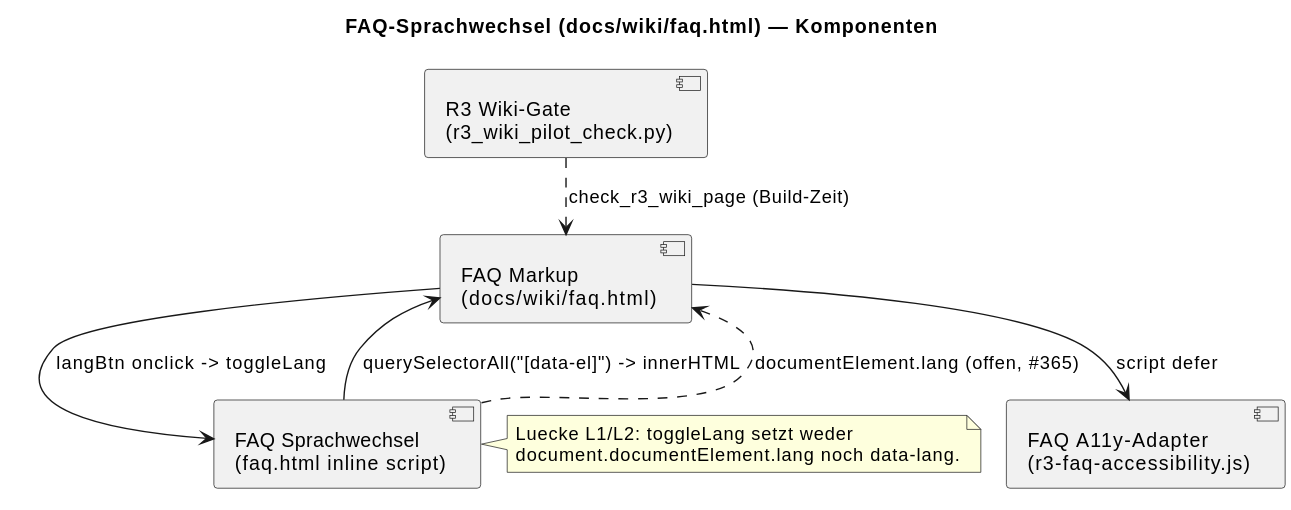
The PlantUML diagram docs/architecture/faq-lang-components.svg in NeaBouli/pnyx, before a commit. The source it was exported from:
```plantuml
@startuml
!pragma layout smetana
title FAQ-Sprachwechsel (docs/wiki/faq.html) — Komponenten

component "FAQ Markup\n(docs/wiki/faq.html)" as Markup
component "FAQ Sprachwechsel\n(faq.html inline script)" as Toggle
component "FAQ A11y-Adapter\n(r3-faq-accessibility.js)" as A11y
component "R3 Wiki-Gate\n(r3_wiki_pilot_check.py)" as Gate

Markup --> Toggle : langBtn onclick -> toggleLang
Toggle --> Markup : querySelectorAll("[data-el]") -> innerHTML
Toggle ..> Markup : documentElement.lang (offen, #365)
Markup --> A11y : script defer
Gate ..> Markup : check_r3_wiki_page (Build-Zeit)

note right of Toggle
  Luecke L1/L2: toggleLang setzt weder
  document.documentElement.lang noch data-lang.
end note
@enduml
```
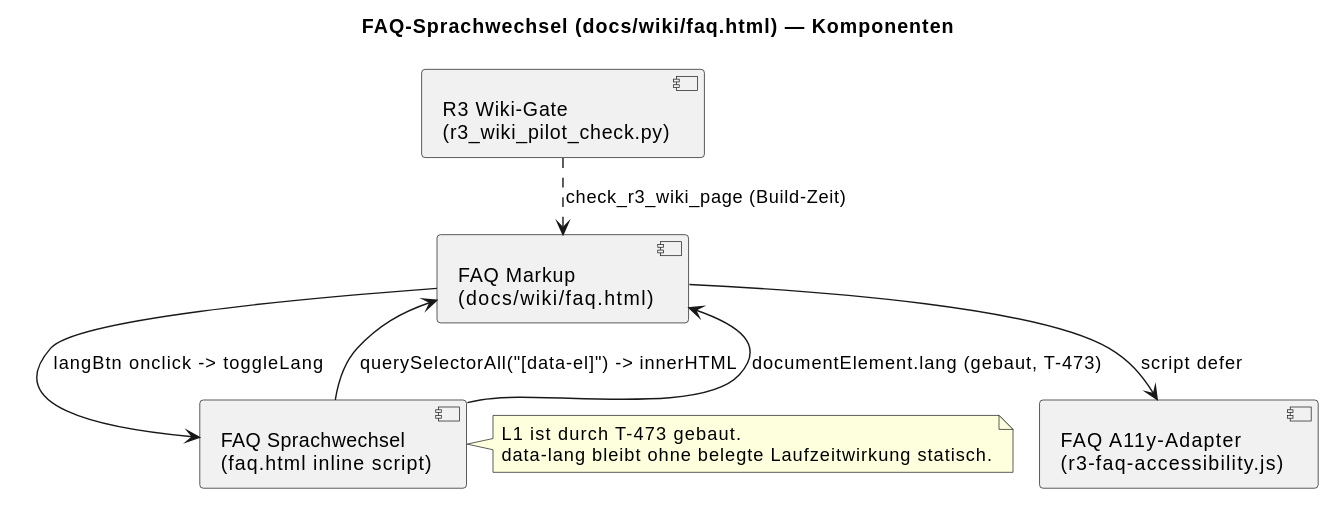
Above is the later version.

The edit, as a diff of the source:
```diff
@@ -9,12 +9,12 @@
 
 Markup --> Toggle : langBtn onclick -> toggleLang
 Toggle --> Markup : querySelectorAll("[data-el]") -> innerHTML
-Toggle ..> Markup : documentElement.lang (offen, #365)
+Toggle --> Markup : documentElement.lang (gebaut, T-473)
 Markup --> A11y : script defer
 Gate ..> Markup : check_r3_wiki_page (Build-Zeit)
 
 note right of Toggle
-  Luecke L1/L2: toggleLang setzt weder
-  document.documentElement.lang noch data-lang.
+  L1 ist durch T-473 gebaut.
+  data-lang bleibt ohne belegte Laufzeitwirkung statisch.
 end note
 @enduml
```
